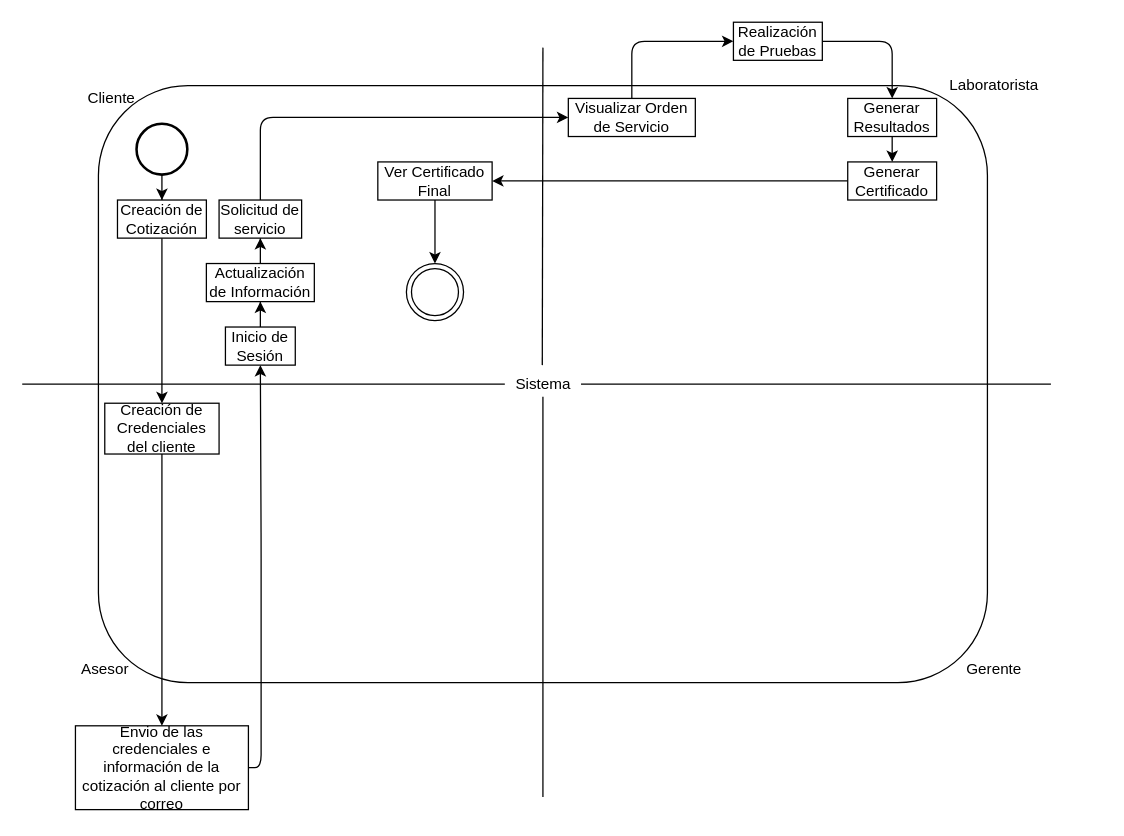
Above: Docs/Flow DB.drawio in gdguerrerog/P-Bases-de-Datos (draw.io), before the change. Source tidied: cells renumbered, new cells numbered last; positions are measured from the earlier drawing's top-left corner, leaving out a move shared by most shapes. Both pictures are drawn from the tidied source at 127%, with x=0, y=0 at pixel (22, 22).
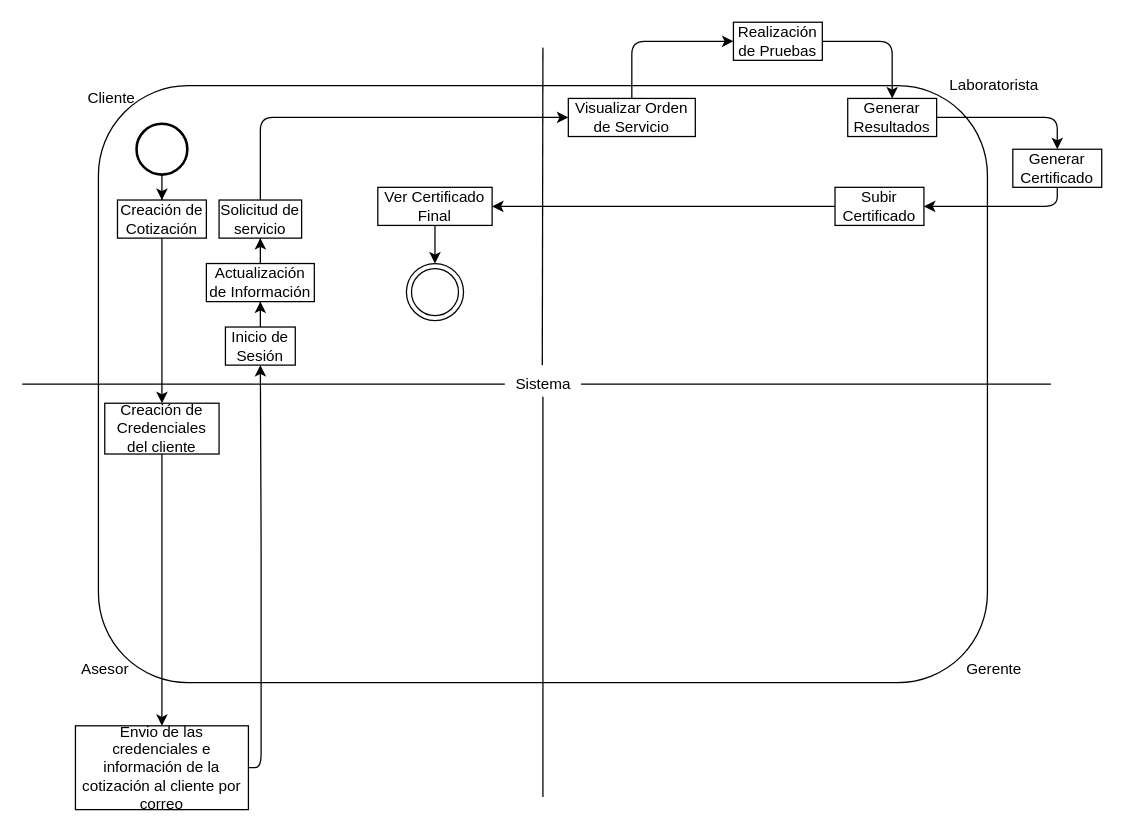
The same diagram, later.

Unchanged cells that the change refers to:
```xml
<mxCell id="24" value="Generar Resultados" style="rounded=0;whiteSpace=wrap;html=1;" parent="1" vertex="1">
  <mxGeometry x="650" y="60" width="70" height="30" as="geometry" />
</mxCell>
```

Diff of the diagram source:
```diff
@@
-    <mxCell id="23" style="edgeStyle=orthogonalEdgeStyle;rounded=1;jettySize=auto;html=1;" parent="1" edge="1" source="24" target="26">
-      <mxGeometry relative="1" as="geometry" />
-    </mxCell>
+    <mxCell id="37" style="edgeStyle=orthogonalEdgeStyle;rounded=1;jettySize=auto;html=1;" parent="1" edge="1" source="24" target="38">
+      <mxGeometry relative="1" as="geometry" />
+    </mxCell>
@@
+    <mxCell id="38" value="Generar Certificado" style="rounded=0;whiteSpace=wrap;html=1;" parent="1" vertex="1">
+      <mxGeometry x="780" y="100" width="70" height="30" as="geometry" />
+    </mxCell>
@@
-    <mxCell id="26" value="Generar Certificado" style="rounded=0;whiteSpace=wrap;html=1;" parent="1" vertex="1">
-      <mxGeometry x="650" y="110" width="70" height="30" as="geometry" />
+    <mxCell id="26" value="Subir Certificado" style="rounded=0;whiteSpace=wrap;html=1;" parent="1" vertex="1">
+      <mxGeometry x="640" y="130" width="70" height="30" as="geometry" />
     </mxCell>
@@
     <mxCell id="28" value="Ver Certificado Final" style="rounded=0;whiteSpace=wrap;html=1;" parent="1" vertex="1">
-      <mxGeometry x="280" y="110" width="90" height="30" as="geometry" />
+      <mxGeometry x="280" y="130" width="90" height="30" as="geometry" />
     </mxCell>
@@
+    <mxCell id="39" style="endArrow=classic;html=1;exitX=0.5;exitY=1;exitDx=0;exitDy=0;entryX=1;entryY=0.5;entryDx=0;entryDy=0;edgeStyle=orthogonalEdgeStyle;" parent="1" edge="1" source="38" target="26">
+      <mxGeometry relative="1" as="geometry" />
+    </mxCell>
```
